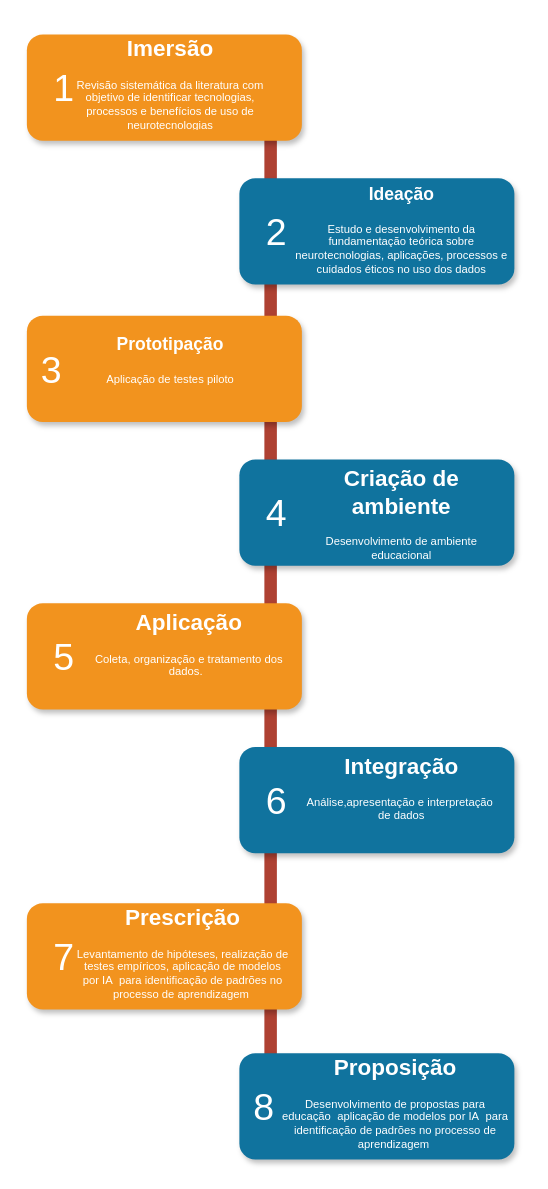
Above: Diagrama sem nome.drawio in tslacerd/-UC12_ER5_menu_program (draw.io), before the change. Source tidied: cells renumbered, new cells numbered last; positions are measured from the earlier drawing's top-left corner, leaving out a move shared by most shapes. Both pictures are drawn from the tidied source at 125%, with x=0, y=0 at pixel (26, 34).
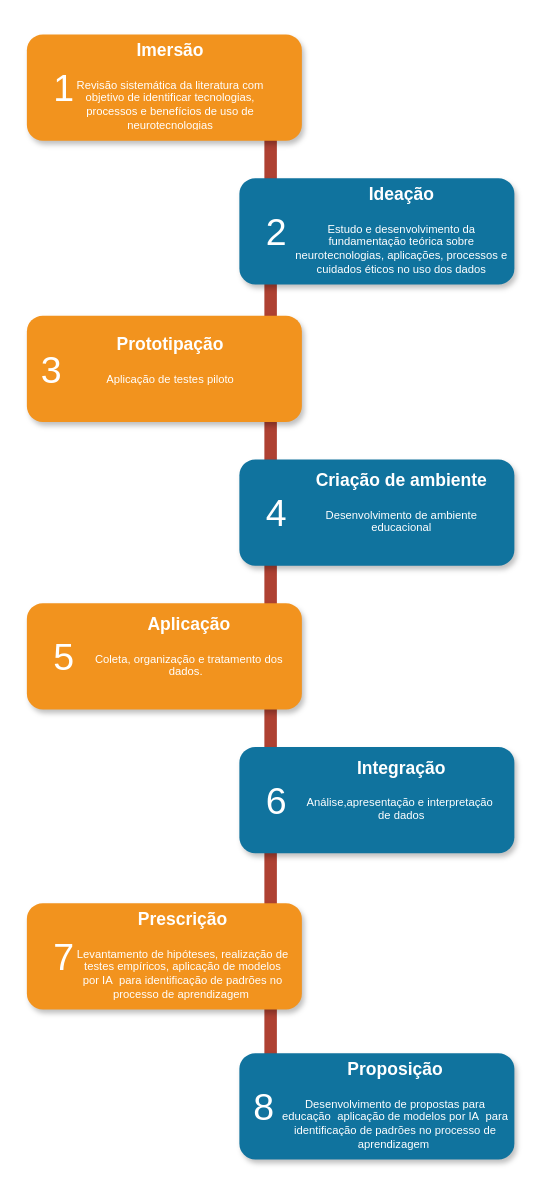
Above is the later version.

What changed in the source:
```diff
@@
-    <mxCell id="17" value="&lt;h1&gt;Imersão&lt;/h1&gt;&lt;p&gt;Revisão sistemática da literatura com objetivo de identificar tecnologias, processos e benefícios de uso de neurotecnologias&lt;/p&gt;" style="text;html=1;spacing=5;spacingTop=-20;whiteSpace=wrap;overflow=hidden;strokeColor=none;strokeWidth=4;fillColor=none;gradientColor=#007FFF;fontSize=9;fontColor=#FFFFFF;align=center;" parent="1" vertex="1">
+    <mxCell id="17" value="&lt;h1&gt;&lt;font style=&quot;font-size: 14px;&quot;&gt;Imersão&lt;/font&gt;&lt;/h1&gt;&lt;p&gt;Revisão sistemática da literatura com objetivo de identificar tecnologias, processos e benefícios de uso de neurotecnologias&lt;/p&gt;" style="text;html=1;spacing=5;spacingTop=-20;whiteSpace=wrap;overflow=hidden;strokeColor=none;strokeWidth=4;fillColor=none;gradientColor=#007FFF;fontSize=9;fontColor=#FFFFFF;align=center;" parent="1" vertex="1">
       <mxGeometry x="30" width="170" height="77" as="geometry" />
     </mxCell>
@@
-    <mxCell id="19" value="&lt;h1&gt;Criação de ambiente&lt;/h1&gt;&lt;p&gt;Desenvolvimento de ambiente educacional&lt;/p&gt;" style="text;html=1;spacing=5;spacingTop=-20;whiteSpace=wrap;overflow=hidden;strokeColor=none;strokeWidth=4;fillColor=none;gradientColor=#007FFF;fontSize=9;fontColor=#FFFFFF;align=center;" parent="1" vertex="1">
+    <mxCell id="19" value="&lt;h1&gt;&lt;font style=&quot;font-size: 14px;&quot;&gt;Criação de ambiente&lt;/font&gt;&lt;/h1&gt;&lt;p&gt;Desenvolvimento de ambiente educacional&lt;/p&gt;" style="text;html=1;spacing=5;spacingTop=-20;whiteSpace=wrap;overflow=hidden;strokeColor=none;strokeWidth=4;fillColor=none;gradientColor=#007FFF;fontSize=9;fontColor=#FFFFFF;align=center;" parent="1" vertex="1">
       <mxGeometry x="220" y="344" width="160" height="77" as="geometry" />
     </mxCell>
-    <mxCell id="20" value="&lt;h1&gt;Aplicação&lt;/h1&gt;&lt;p&gt;Coleta, organização e tratamento dos dados.&amp;nbsp;&amp;nbsp;&lt;/p&gt;" style="text;html=1;spacing=5;spacingTop=-20;whiteSpace=wrap;overflow=hidden;strokeColor=none;strokeWidth=4;fillColor=none;gradientColor=#007FFF;fontSize=9;fontColor=#FFFFFF;align=center;" parent="1" vertex="1">
+    <mxCell id="20" value="&lt;h1&gt;&lt;font style=&quot;font-size: 14px;&quot;&gt;Aplicação&lt;/font&gt;&lt;/h1&gt;&lt;p&gt;Coleta, organização e tratamento dos dados.&amp;nbsp;&amp;nbsp;&lt;/p&gt;" style="text;html=1;spacing=5;spacingTop=-20;whiteSpace=wrap;overflow=hidden;strokeColor=none;strokeWidth=4;fillColor=none;gradientColor=#007FFF;fontSize=9;fontColor=#FFFFFF;align=center;" parent="1" vertex="1">
       <mxGeometry x="50" y="459" width="160" height="77" as="geometry" />
     </mxCell>
-    <mxCell id="21" value="&lt;h1&gt;Integração&lt;/h1&gt;&lt;p&gt;Análise,apresentação e interpretação&amp;nbsp; de dados&lt;/p&gt;" style="text;html=1;spacing=5;spacingTop=-20;whiteSpace=wrap;overflow=hidden;strokeColor=none;strokeWidth=4;fillColor=none;gradientColor=#007FFF;fontSize=9;fontColor=#FFFFFF;align=center;" parent="1" vertex="1">
+    <mxCell id="21" value="&lt;h1&gt;&lt;font style=&quot;font-size: 14px;&quot;&gt;Integração&lt;/font&gt;&lt;/h1&gt;&lt;p&gt;Análise,apresentação e interpretação&amp;nbsp; de dados&lt;/p&gt;" style="text;html=1;spacing=5;spacingTop=-20;whiteSpace=wrap;overflow=hidden;strokeColor=none;strokeWidth=4;fillColor=none;gradientColor=#007FFF;fontSize=9;fontColor=#FFFFFF;align=center;" parent="1" vertex="1">
       <mxGeometry x="220" y="574" width="160" height="77" as="geometry" />
     </mxCell>
@@
-    <mxCell id="25" value="&lt;h1&gt;Proposição&lt;/h1&gt;&lt;p&gt;&lt;span style=&quot;background-color: initial;&quot;&gt;Desenvolvimento de propostas para educação&lt;/span&gt;&lt;span style=&quot;background-color: initial;&quot;&gt;&amp;nbsp;&lt;/span&gt;&lt;span style=&quot;background-color: initial;&quot;&gt;&amp;nbsp;&lt;/span&gt;&lt;span style=&quot;background-color: initial;&quot;&gt;aplicação de modelos por IA&amp;nbsp; para identificação de padrões no processo de aprendizagem&amp;nbsp;&lt;/span&gt;&lt;/p&gt;&lt;p&gt;&lt;span style=&quot;background-color: initial;&quot;&gt;&lt;br&gt;&lt;/span&gt;&lt;/p&gt;" style="text;html=1;spacing=5;spacingTop=-20;whiteSpace=wrap;overflow=hidden;strokeColor=none;strokeWidth=4;fillColor=none;gradientColor=#007FFF;fontSize=9;fontColor=#FFFFFF;align=center;" parent="1" vertex="1">
+    <mxCell id="25" value="&lt;h1&gt;&lt;font style=&quot;font-size: 14px;&quot;&gt;Proposição&lt;/font&gt;&lt;/h1&gt;&lt;p&gt;&lt;span style=&quot;background-color: initial;&quot;&gt;Desenvolvimento de propostas para educação&lt;/span&gt;&lt;span style=&quot;background-color: initial;&quot;&gt;&amp;nbsp;&lt;/span&gt;&lt;span style=&quot;background-color: initial;&quot;&gt;&amp;nbsp;&lt;/span&gt;&lt;span style=&quot;background-color: initial;&quot;&gt;aplicação de modelos por IA&amp;nbsp; para identificação de padrões no processo de aprendizagem&amp;nbsp;&lt;/span&gt;&lt;/p&gt;&lt;p&gt;&lt;span style=&quot;background-color: initial;&quot;&gt;&lt;br&gt;&lt;/span&gt;&lt;/p&gt;" style="text;html=1;spacing=5;spacingTop=-20;whiteSpace=wrap;overflow=hidden;strokeColor=none;strokeWidth=4;fillColor=none;gradientColor=#007FFF;fontSize=9;fontColor=#FFFFFF;align=center;" parent="1" vertex="1">
       <mxGeometry x="190" y="815" width="210" height="81" as="geometry" />
     </mxCell>
-    <mxCell id="26" value="&lt;h1&gt;Prescrição&lt;/h1&gt;&lt;p&gt;Levantamento de hipóteses, realização de testes empíricos,&amp;nbsp;&lt;span style=&quot;background-color: initial;&quot;&gt;aplicação de modelos por IA&amp;nbsp; para identificação de padrões no processo de aprendizagem&amp;nbsp;&lt;/span&gt;&lt;/p&gt;&lt;p&gt;&lt;span style=&quot;background-color: initial;&quot;&gt;&lt;br&gt;&lt;/span&gt;&lt;/p&gt;" style="text;html=1;spacing=5;spacingTop=-20;whiteSpace=wrap;overflow=hidden;strokeColor=none;strokeWidth=4;fillColor=none;gradientColor=#007FFF;fontSize=9;fontColor=#FFFFFF;align=center;" parent="1" vertex="1">
+    <mxCell id="26" value="&lt;h1&gt;&lt;font style=&quot;font-size: 14px;&quot;&gt;Prescrição&lt;/font&gt;&lt;/h1&gt;&lt;p&gt;Levantamento de hipóteses, realização de testes empíricos,&amp;nbsp;&lt;span style=&quot;background-color: initial;&quot;&gt;aplicação de modelos por IA&amp;nbsp; para identificação de padrões no processo de aprendizagem&amp;nbsp;&lt;/span&gt;&lt;/p&gt;&lt;p&gt;&lt;span style=&quot;background-color: initial;&quot;&gt;&lt;br&gt;&lt;/span&gt;&lt;/p&gt;" style="text;html=1;spacing=5;spacingTop=-20;whiteSpace=wrap;overflow=hidden;strokeColor=none;strokeWidth=4;fillColor=none;gradientColor=#007FFF;fontSize=9;fontColor=#FFFFFF;align=center;" parent="1" vertex="1">
       <mxGeometry x="35" y="695" width="180" height="81" as="geometry" />
     </mxCell>
```
